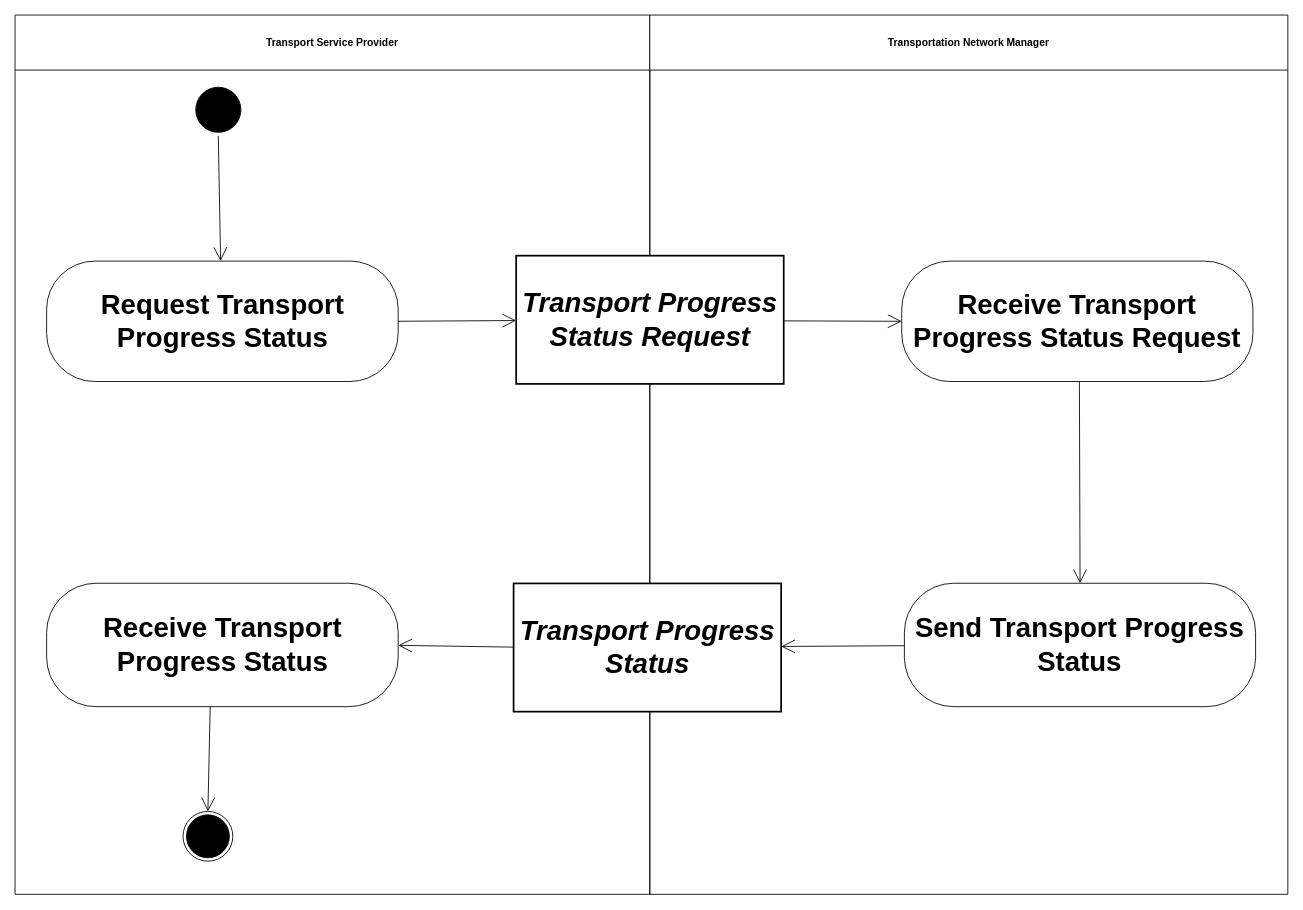
Before: diagrams/UBL-2.2-IMFM-TransportProgressStatus/UBL-2.2-IMFM-TransportProgressStatus.drawio in kduvekot/ubl-work-on-svg-images, a draw.io diagram. Source tidied: cells renumbered, new cells numbered last; positions are measured from the earlier drawing's top-left corner, leaving out a move shared by most shapes. Both pictures are drawn from the tidied source at 86%, with x=0, y=0 at pixel (15, 15).
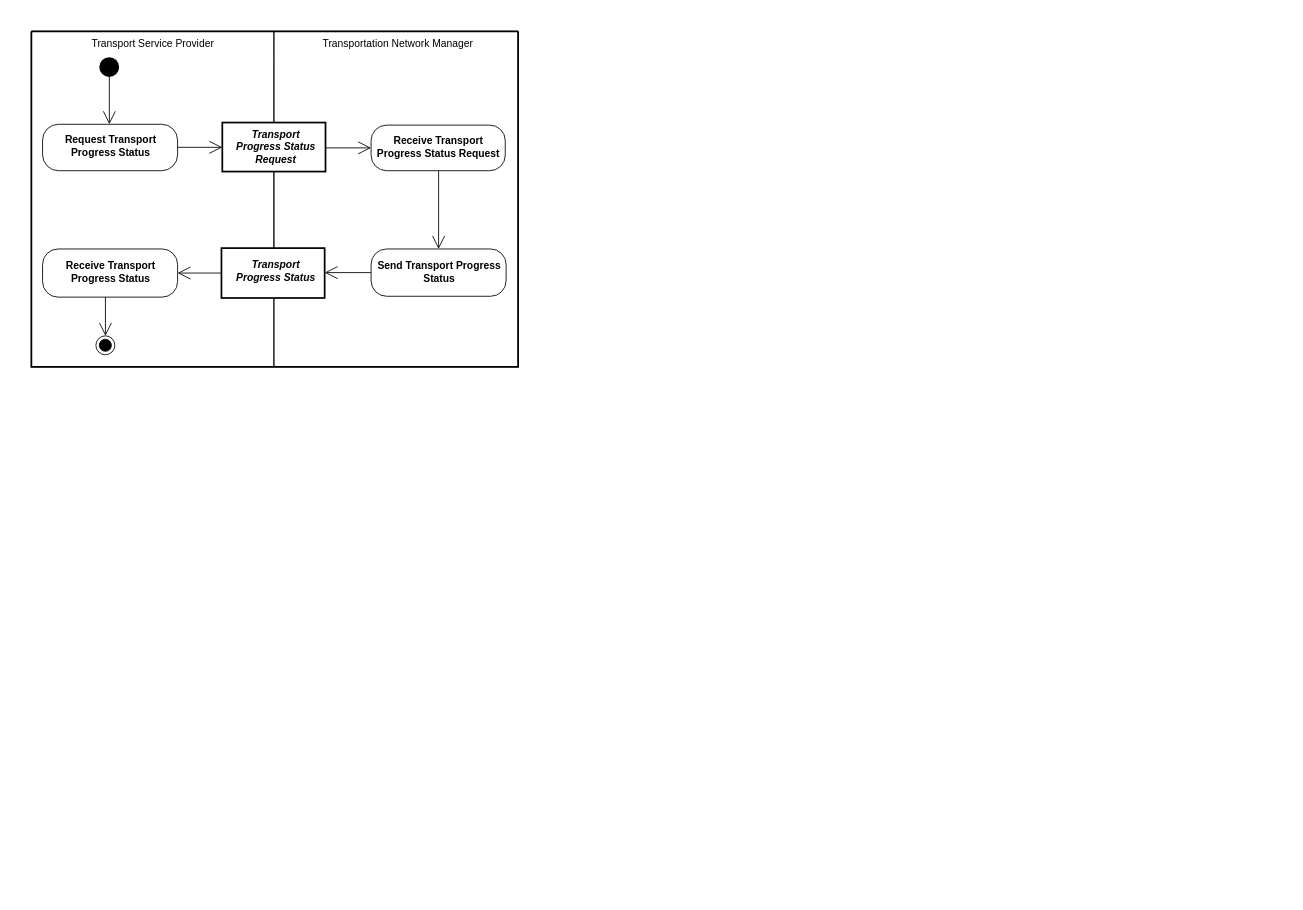
After the change.

The edit, as a diff of the source:
```diff
@@
 <mxGraphModel>
   <root>
     <mxCell id="0" />
     <mxCell id="1" parent="0" />
+    <mxCell id="19" style="swimlane;html=1;startSize=0;whiteSpace=wrap;fillColor=none;strokeWidth=2;" parent="1" vertex="1">
+      <mxGeometry x="19" y="19" width="566" height="390" as="geometry" />
+    </mxCell>
-    <mxCell id="2" value="Transport Service Provider" style="swimlane;whiteSpace=wrap;html=1;startSize=64;" parent="1" vertex="1">
-      <mxGeometry width="738.1" height="1022.4" as="geometry" />
+    <mxCell id="2" value="Transport Service Provider" style="swimlane;horizontal=1;startSize=29;swimlaneLine=0;html=1;fillColor=none;fontSize=12;fontStyle=0;spacing=0;" parent="19" vertex="1">
+      <mxGeometry width="282" height="390" as="geometry" />
     </mxCell>
-    <mxCell id="3" value="Transportation Network Manager" style="swimlane;whiteSpace=wrap;html=1;startSize=64;" parent="1" vertex="1">
-      <mxGeometry x="738.1" width="741.9" height="1022.4" as="geometry" />
+    <mxCell id="3" value="Transportation Network Manager" style="swimlane;horizontal=1;startSize=29;swimlaneLine=0;html=1;fillColor=none;fontSize=12;fontStyle=0;spacing=0;spacingLeft=3;" parent="19" vertex="1">
+      <mxGeometry x="282" width="284" height="390" as="geometry" />
     </mxCell>
-    <mxCell id="4" style="ellipse;html=1;shape=startState;fillColor=#000000;strokeColor=#000000;fontFamily=Helvetica;fontSize=32;" parent="1" vertex="1">
-      <mxGeometry x="206.1" y="79.9" width="60.5" height="60.5" as="geometry" />
+    <mxCell id="4" style="ellipse;shape=startState;fillColor=#000000;strokeColor=none;html=1;" parent="2" vertex="1">
+      <mxGeometry x="75" y="26" width="31" height="31" as="geometry" />
     </mxCell>
-    <mxCell id="5" value="Transport Progress Status Request" style="rounded=0;whiteSpace=wrap;html=1;fontStyle=3;strokeWidth=2;fontFamily=Helvetica;fontSize=32;" parent="1" vertex="1">
-      <mxGeometry x="582.7" y="279.8" width="311.1" height="149.1" as="geometry" />
+    <mxCell id="5" value="Transport&lt;br&gt;Progress Status&lt;br&gt;Request" style="rounded=0;html=1;whiteSpace=nowrap;fontSize=12;fontStyle=3;align=center;verticalAlign=middle;spacing=0;spacingLeft=3;spacingBottom=1;strokeWidth=2;" parent="3" vertex="1">
+      <mxGeometry x="-60" y="106" width="120" height="57" as="geometry" />
     </mxCell>
-    <mxCell id="6" value="Request Transport Progress Status" style="rounded=1;arcSize=40;whiteSpace=wrap;html=1;fontStyle=1;fontFamily=Helvetica;fontSize=32;" parent="1" vertex="1">
-      <mxGeometry x="36.7" y="286.1" width="408.8" height="140" as="geometry" />
+    <mxCell id="6" value="Request Transport&lt;br&gt;Progress Status" style="rounded=1;absoluteArcSize=1;arcSize=37;html=1;whiteSpace=nowrap;fontSize=12;fontStyle=1;align=center;verticalAlign=middle;spacing=0;spacingLeft=1;spacingBottom=4;" parent="2" vertex="1">
+      <mxGeometry x="13" y="108" width="157" height="54" as="geometry" />
     </mxCell>
-    <mxCell id="7" value="Receive Transport Progress Status Request" style="rounded=1;arcSize=40;whiteSpace=wrap;html=1;fontStyle=1;fontFamily=Helvetica;fontSize=32;" parent="1" vertex="1">
-      <mxGeometry x="1031" y="286.1" width="408.4" height="140" as="geometry" />
+    <mxCell id="7" value="Receive Transport&lt;br&gt;Progress Status Request" style="rounded=1;absoluteArcSize=1;arcSize=36;html=1;whiteSpace=nowrap;fontSize=12;fontStyle=1;align=center;verticalAlign=middle;spacing=0;spacingBottom=4;" parent="3" vertex="1">
+      <mxGeometry x="113" y="109" width="156" height="53" as="geometry" />
     </mxCell>
-    <mxCell id="8" value="Receive Transport Progress Status" style="rounded=1;arcSize=40;whiteSpace=wrap;html=1;fontStyle=1;fontFamily=Helvetica;fontSize=32;" parent="1" vertex="1">
-      <mxGeometry x="36.7" y="660.7" width="408.8" height="143.5" as="geometry" />
+    <mxCell id="8" value="Receive Transport&lt;br&gt;Progress Status" style="rounded=1;absoluteArcSize=1;arcSize=36;html=1;whiteSpace=nowrap;fontSize=12;fontStyle=1;align=center;verticalAlign=middle;spacing=0;spacingBottom=2;" parent="2" vertex="1">
+      <mxGeometry x="13" y="253" width="157" height="56" as="geometry" />
     </mxCell>
-    <mxCell id="9" value="Send Transport Progress Status" style="rounded=1;arcSize=40;whiteSpace=wrap;html=1;fontStyle=1;fontFamily=Helvetica;fontSize=32;" parent="1" vertex="1">
-      <mxGeometry x="1034.1" y="660.7" width="408.4" height="143.5" as="geometry" />
+    <mxCell id="9" value="Send Transport Progress&lt;br&gt;Status" style="rounded=1;absoluteArcSize=1;arcSize=36;html=1;whiteSpace=nowrap;fontSize=12;fontStyle=1;align=center;verticalAlign=middle;spacing=0;spacingLeft=1;spacingBottom=2;" parent="3" vertex="1">
+      <mxGeometry x="113" y="253" width="157" height="55" as="geometry" />
     </mxCell>
-    <mxCell id="10" value="Transport Progress Status" style="rounded=0;whiteSpace=wrap;html=1;fontStyle=3;strokeWidth=2;fontFamily=Helvetica;fontSize=32;" parent="1" vertex="1">
-      <mxGeometry x="579.7" y="660.9" width="311.1" height="149.1" as="geometry" />
+    <mxCell id="10" value="Transport&lt;br&gt;Progress Status" style="rounded=0;html=1;whiteSpace=nowrap;fontSize=12;fontStyle=3;align=center;verticalAlign=middle;spacing=0;spacingLeft=5;spacingBottom=4;strokeWidth=2;" parent="3" vertex="1">
+      <mxGeometry x="-61" y="252" width="120" height="58" as="geometry" />
     </mxCell>
-    <mxCell id="11" style="ellipse;html=1;shape=endState;fillColor=#000000;strokeColor=#000000;fontFamily=Helvetica;fontSize=32;" parent="1" vertex="1">
-      <mxGeometry x="195.3" y="926" width="57.9" height="57.9" as="geometry" />
+    <mxCell id="11" style="ellipse;shape=endState;fillColor=#000000;html=1;" parent="2" vertex="1">
+      <mxGeometry x="75" y="354" width="22" height="22" as="geometry" />
     </mxCell>
-    <mxCell id="12" style="edgeStyle=none;rounded=0;html=1;endArrow=open;endFill=0;endSize=14;exitX=0.5074;exitY=1.0;entryX=0.4949;entryY=0.0;" parent="1" edge="1" source="4" target="6">
+    <mxCell id="12" style="edgeStyle=none;rounded=0;html=1;endArrow=open;endFill=0;endSize=13;exitPerimeter=0;entryX=0.4946;entryY=0;entryPerimeter=0;exitX=0.50491;exitY=0.8718;" parent="2" edge="1" source="4" target="6">
       <mxGeometry relative="1" as="geometry" />
     </mxCell>
-    <mxCell id="13" style="edgeStyle=none;rounded=0;html=1;endArrow=open;endFill=0;endSize=14;exitX=1.0;exitY=0.5;entryX=0.0;entryY=0.5057;" parent="1" edge="1" source="6" target="5">
+    <mxCell id="13" style="edgeStyle=none;rounded=0;html=1;endArrow=open;endFill=0;endSize=13;exitPerimeter=0;entryX=0;entryY=0.5052;entryPerimeter=0;exitX=1;exitY=0.49623;" parent="19" edge="1" source="6" target="5">
       <mxGeometry relative="1" as="geometry" />
     </mxCell>
-    <mxCell id="14" style="edgeStyle=none;rounded=0;html=1;endArrow=open;endFill=0;endSize=14;exitX=1.0;exitY=0.5084;entryX=0.0;entryY=0.5;" parent="1" edge="1" source="5" target="7">
+    <mxCell id="14" style="edgeStyle=none;rounded=0;html=1;endArrow=open;endFill=0;endSize=13;exitPerimeter=0;entryX=0;entryY=0.4991;entryPerimeter=0;exitX=1;exitY=0.516707;" parent="3" edge="1" source="5" target="7">
       <mxGeometry relative="1" as="geometry" />
     </mxCell>
-    <mxCell id="15" style="edgeStyle=none;rounded=0;html=1;endArrow=open;endFill=0;endSize=14;exitX=0.5059;exitY=1.0;entryX=0.5002;entryY=0.0;" parent="1" edge="1" source="7" target="9">
+    <mxCell id="15" style="edgeStyle=none;rounded=0;html=1;endArrow=open;endFill=0;endSize=13;exitPerimeter=0;entryX=0.5;entryY=0;entryPerimeter=0;exitX=0.503205;exitY=1;" parent="3" edge="1" source="7" target="9">
       <mxGeometry relative="1" as="geometry" />
     </mxCell>
-    <mxCell id="16" style="edgeStyle=none;rounded=0;html=1;endArrow=open;endFill=0;endSize=14;exitX=0.0;exitY=0.497;entryX=1.0;entryY=0.5031;" parent="1" edge="1" source="10" target="8">
+    <mxCell id="16" style="edgeStyle=none;rounded=0;html=1;endArrow=open;endFill=0;endSize=13;exitX=0;exitY=0.5;exitPerimeter=0;entryX=1;entryY=0.5;entryPerimeter=0;" parent="19" edge="1" source="10" target="8">
       <mxGeometry relative="1" as="geometry" />
     </mxCell>
-    <mxCell id="17" style="edgeStyle=none;rounded=0;html=1;endArrow=open;endFill=0;endSize=14;exitX=0.0;exitY=0.5059;entryX=1.0;entryY=0.4916;" parent="1" edge="1" source="9" target="10">
+    <mxCell id="17" style="edgeStyle=none;rounded=0;html=1;endArrow=open;endFill=0;endSize=13;exitPerimeter=0;entryX=1;entryY=0.4913;entryPerimeter=0;exitX=0;exitY=0.499916;" parent="3" edge="1" source="9" target="10">
       <mxGeometry relative="1" as="geometry" />
     </mxCell>
-    <mxCell id="18" style="edgeStyle=none;rounded=0;html=1;endArrow=open;endFill=0;endSize=14;exitX=0.4653;exitY=1.0;entryX=0.5078;entryY=0.0;" parent="1" edge="1" source="8" target="11">
+    <mxCell id="18" style="edgeStyle=none;rounded=0;html=1;endArrow=open;endFill=0;endSize=13;exitPerimeter=0;entryX=0.5045;entryY=0;entryPerimeter=0;exitX=0.465599;exitY=1;" parent="2" edge="1" source="8" target="11">
       <mxGeometry relative="1" as="geometry" />
     </mxCell>
   </root>
 </mxGraphModel>
```
